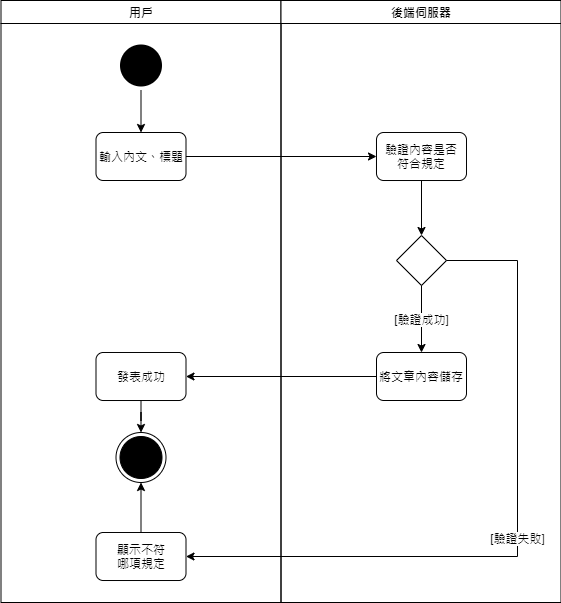
Before: src/main/uml/post.png, a diagram exported from draw.io (10746010/Plearnet-back-end). Source tidied: cells renumbered, new cells last; positions are measured from the earlier drawing's top-left corner, leaving out a move shared by most shapes. Source of this version:
```xml
<mxGraphModel background="#ffffff">
  <root>
    <mxCell id="0" />
    <mxCell id="1" parent="0" />
    <mxCell id="2" value="用戶" style="swimlane;whiteSpace=wrap;" parent="1" vertex="1">
      <mxGeometry x="0.5" width="280" height="602" as="geometry" />
    </mxCell>
    <mxCell id="3" value="發表成功" style="rounded=1;whiteSpace=wrap;html=1;" parent="2" vertex="1">
      <mxGeometry x="95" y="352" width="90" height="48" as="geometry" />
    </mxCell>
    <mxCell id="4" style="ellipse;html=1;shape=endState;fillColor=#000000;" parent="2" vertex="1">
      <mxGeometry x="115" y="432" width="50" height="50" as="geometry" />
    </mxCell>
    <mxCell id="5" style="edgeStyle=orthogonalEdgeStyle;rounded=0;jettySize=auto;html=1;" parent="2" edge="1" source="3" target="4">
      <mxGeometry relative="1" as="geometry" />
    </mxCell>
    <mxCell id="6" style="edgeStyle=orthogonalEdgeStyle;rounded=0;jettySize=auto;html=1;entryX=0.5;entryY=1;entryDx=0;entryDy=0;" parent="2" edge="1" source="7" target="4">
      <mxGeometry relative="1" as="geometry" />
    </mxCell>
    <mxCell id="7" value="顯示不符&lt;br&gt;哪項規定" style="rounded=1;whiteSpace=wrap;html=1;" parent="2" vertex="1">
      <mxGeometry x="95" y="532" width="90" height="48" as="geometry" />
    </mxCell>
    <mxCell id="8" value="後端伺服器" style="swimlane;whiteSpace=wrap;" parent="1" vertex="1">
      <mxGeometry x="280.5" width="280" height="602" as="geometry" />
    </mxCell>
    <mxCell id="9" style="edgeStyle=orthogonalEdgeStyle;rounded=0;jettySize=auto;html=1;entryX=0.5;entryY=0;entryDx=0;entryDy=0;" parent="8" edge="1" source="10" target="11">
      <mxGeometry relative="1" as="geometry" />
    </mxCell>
    <mxCell id="10" value="驗證內容是否&lt;br&gt;符合規定" style="rounded=1;whiteSpace=wrap;html=1;" parent="8" vertex="1">
      <mxGeometry x="95.5" y="132" width="90" height="48" as="geometry" />
    </mxCell>
    <mxCell id="11" style="rhombus;whiteSpace=wrap;html=1;" parent="8" vertex="1">
      <mxGeometry x="115.5" y="235" width="50" height="50" as="geometry" />
    </mxCell>
    <mxCell id="12" value="將文章內容儲存" style="rounded=1;whiteSpace=wrap;html=1;" parent="8" vertex="1">
      <mxGeometry x="95.5" y="352" width="90" height="48" as="geometry" />
    </mxCell>
    <mxCell id="13" value="[驗證成功]" style="edgeStyle=orthogonalEdgeStyle;rounded=0;jettySize=auto;html=1;" parent="8" edge="1" source="11" target="12">
      <mxGeometry relative="1" as="geometry" />
    </mxCell>
    <mxCell id="14" style="edgeStyle=orthogonalEdgeStyle;rounded=0;jettySize=auto;html=1;" parent="1" edge="1" source="15" target="17">
      <mxGeometry relative="1" as="geometry" />
    </mxCell>
    <mxCell id="15" style="ellipse;shape=startState;fillColor=#000000;strokeColor=none;" parent="1" vertex="1">
      <mxGeometry x="115.5" y="40" width="50" height="50" as="geometry" />
    </mxCell>
    <mxCell id="16" style="edgeStyle=orthogonalEdgeStyle;rounded=0;jettySize=auto;html=1;" parent="1" edge="1" source="17" target="10">
      <mxGeometry relative="1" as="geometry" />
    </mxCell>
    <mxCell id="17" value="輸入內文、標題" style="rounded=1;whiteSpace=wrap;html=1;" parent="1" vertex="1">
      <mxGeometry x="95.5" y="132" width="90" height="48" as="geometry" />
    </mxCell>
    <mxCell id="18" style="edgeStyle=orthogonalEdgeStyle;rounded=0;jettySize=auto;html=1;" parent="1" edge="1" source="12" target="3">
      <mxGeometry relative="1" as="geometry" />
    </mxCell>
    <mxCell id="19" value="[驗證失敗]" style="edgeStyle=orthogonalEdgeStyle;rounded=0;jettySize=auto;html=1;entryX=1;entryY=0.5;entryDx=0;entryDy=0;" parent="1" edge="1" source="11" target="7">
      <mxGeometry relative="1" as="geometry">
        <Array as="points">
          <mxPoint x="517" y="260" />
          <mxPoint x="517" y="556" />
        </Array>
      </mxGeometry>
    </mxCell>
  </root>
</mxGraphModel>
```
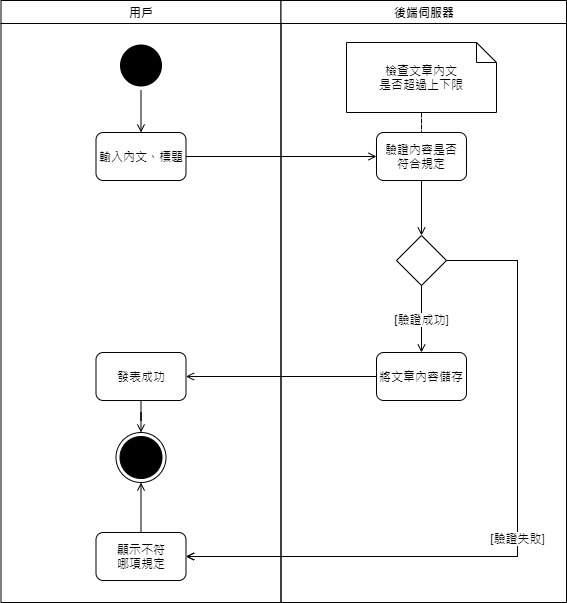
Above is the later version.

Commit message:
update post Activity diagram

What changed in the source:
```diff
@@ -11,19 +11,19 @@
     <mxCell id="4" style="ellipse;html=1;shape=endState;fillColor=#000000;" parent="2" vertex="1">
       <mxGeometry x="115" y="432" width="50" height="50" as="geometry" />
     </mxCell>
-    <mxCell id="5" style="edgeStyle=orthogonalEdgeStyle;rounded=0;jettySize=auto;html=1;" parent="2" edge="1" source="3" target="4">
+    <mxCell id="5" style="edgeStyle=orthogonalEdgeStyle;rounded=0;jettySize=auto;html=1;endArrow=open;endFill=0;" parent="2" edge="1" source="3" target="4">
       <mxGeometry relative="1" as="geometry" />
     </mxCell>
-    <mxCell id="6" style="edgeStyle=orthogonalEdgeStyle;rounded=0;jettySize=auto;html=1;entryX=0.5;entryY=1;entryDx=0;entryDy=0;" parent="2" edge="1" source="7" target="4">
+    <mxCell id="6" style="edgeStyle=orthogonalEdgeStyle;rounded=0;jettySize=auto;html=1;entryX=0.5;entryY=1;entryDx=0;entryDy=0;endArrow=open;endFill=0;" parent="2" edge="1" source="7" target="4">
       <mxGeometry relative="1" as="geometry" />
     </mxCell>
     <mxCell id="7" value="顯示不符&lt;br&gt;哪項規定" style="rounded=1;whiteSpace=wrap;html=1;" parent="2" vertex="1">
       <mxGeometry x="95" y="532" width="90" height="48" as="geometry" />
     </mxCell>
     <mxCell id="8" value="後端伺服器" style="swimlane;whiteSpace=wrap;" parent="1" vertex="1">
-      <mxGeometry x="280.5" width="280" height="602" as="geometry" />
+      <mxGeometry x="280.5" width="285.5" height="602" as="geometry" />
     </mxCell>
-    <mxCell id="9" style="edgeStyle=orthogonalEdgeStyle;rounded=0;jettySize=auto;html=1;entryX=0.5;entryY=0;entryDx=0;entryDy=0;" parent="8" edge="1" source="10" target="11">
+    <mxCell id="9" style="edgeStyle=orthogonalEdgeStyle;rounded=0;jettySize=auto;html=1;entryX=0.5;entryY=0;entryDx=0;entryDy=0;endArrow=open;endFill=0;" parent="8" edge="1" source="10" target="11">
       <mxGeometry relative="1" as="geometry" />
     </mxCell>
     <mxCell id="10" value="驗證內容是否&lt;br&gt;符合規定" style="rounded=1;whiteSpace=wrap;html=1;" parent="8" vertex="1">
@@ -35,25 +35,41 @@
     <mxCell id="12" value="將文章內容儲存" style="rounded=1;whiteSpace=wrap;html=1;" parent="8" vertex="1">
       <mxGeometry x="95.5" y="352" width="90" height="48" as="geometry" />
     </mxCell>
-    <mxCell id="13" value="[驗證成功]" style="edgeStyle=orthogonalEdgeStyle;rounded=0;jettySize=auto;html=1;" parent="8" edge="1" source="11" target="12">
+    <mxCell id="13" value="[驗證成功]" style="edgeStyle=orthogonalEdgeStyle;rounded=0;jettySize=auto;html=1;endArrow=open;endFill=0;" parent="8" edge="1" source="11" target="12">
       <mxGeometry relative="1" as="geometry" />
     </mxCell>
+    <mxCell id="20" value="[驗證失敗]" style="edgeStyle=orthogonalEdgeStyle;rounded=0;orthogonalLoop=1;jettySize=auto;html=1;entryX=1;entryY=0.5;entryDx=0;entryDy=0;endArrow=open;endFill=0;" parent="8" edge="1">
+      <mxGeometry relative="1" as="geometry">
+        <mxPoint x="165.5" y="260" as="sourcePoint" />
+        <mxPoint x="-95" y="556" as="targetPoint" />
+        <Array as="points">
+          <mxPoint x="236.5" y="260" />
+          <mxPoint x="236.5" y="556" />
+        </Array>
+      </mxGeometry>
+    </mxCell>
+    <mxCell id="21" style="edgeStyle=orthogonalEdgeStyle;rounded=0;jettySize=auto;html=1;endArrow=none;endFill=0;dashed=1;" parent="8" edge="1" source="22" target="10">
+      <mxGeometry relative="1" as="geometry" />
+    </mxCell>
+    <mxCell id="22" value="檢查文章內文&lt;br&gt;是否超過上下限" style="shape=note;size=20;whiteSpace=wrap;html=1;" parent="8" vertex="1">
+      <mxGeometry x="65.5" y="42" width="150" height="70" as="geometry" />
+    </mxCell>
-    <mxCell id="14" style="edgeStyle=orthogonalEdgeStyle;rounded=0;jettySize=auto;html=1;" parent="1" edge="1" source="15" target="17">
+    <mxCell id="14" style="edgeStyle=orthogonalEdgeStyle;rounded=0;jettySize=auto;html=1;endArrow=open;endFill=0;" parent="1" edge="1" source="15" target="17">
       <mxGeometry relative="1" as="geometry" />
     </mxCell>
     <mxCell id="15" style="ellipse;shape=startState;fillColor=#000000;strokeColor=none;" parent="1" vertex="1">
       <mxGeometry x="115.5" y="40" width="50" height="50" as="geometry" />
     </mxCell>
-    <mxCell id="16" style="edgeStyle=orthogonalEdgeStyle;rounded=0;jettySize=auto;html=1;" parent="1" edge="1" source="17" target="10">
+    <mxCell id="16" style="edgeStyle=orthogonalEdgeStyle;rounded=0;jettySize=auto;html=1;endArrow=open;endFill=0;" parent="1" edge="1" source="17" target="10">
       <mxGeometry relative="1" as="geometry" />
     </mxCell>
     <mxCell id="17" value="輸入內文、標題" style="rounded=1;whiteSpace=wrap;html=1;" parent="1" vertex="1">
       <mxGeometry x="95.5" y="132" width="90" height="48" as="geometry" />
     </mxCell>
-    <mxCell id="18" style="edgeStyle=orthogonalEdgeStyle;rounded=0;jettySize=auto;html=1;" parent="1" edge="1" source="12" target="3">
+    <mxCell id="18" style="edgeStyle=orthogonalEdgeStyle;rounded=0;jettySize=auto;html=1;endArrow=open;endFill=0;" parent="1" edge="1" source="12" target="3">
       <mxGeometry relative="1" as="geometry" />
     </mxCell>
-    <mxCell id="19" value="[驗證失敗]" style="edgeStyle=orthogonalEdgeStyle;rounded=0;jettySize=auto;html=1;entryX=1;entryY=0.5;entryDx=0;entryDy=0;" parent="1" edge="1" source="11" target="7">
+    <mxCell id="19" value="[驗證失敗]" style="edgeStyle=orthogonalEdgeStyle;rounded=0;jettySize=auto;html=1;entryX=1;entryY=0.5;entryDx=0;entryDy=0;endArrow=open;endFill=0;" parent="1" edge="1" source="11" target="7">
       <mxGeometry relative="1" as="geometry">
         <Array as="points">
           <mxPoint x="517" y="260" />
```
